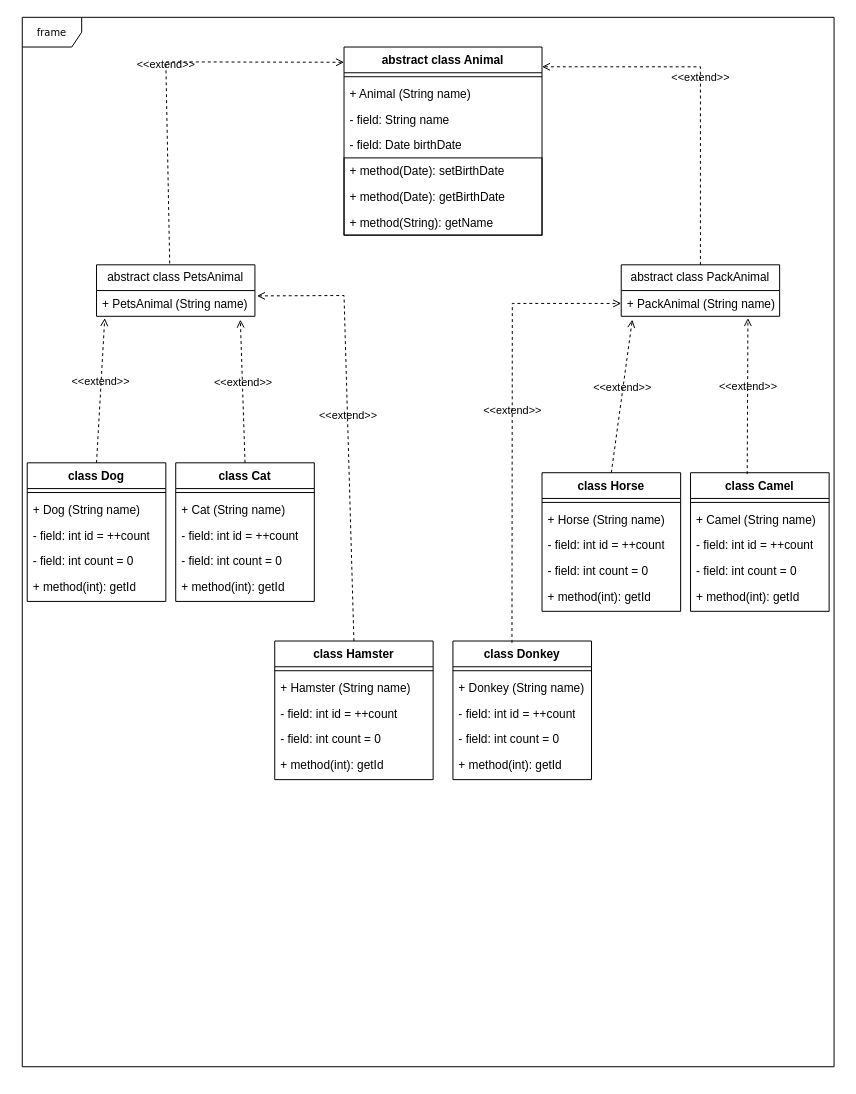
Earlier version of the draw.io diagram Animals.drawio (ArtemPolevoj/Control_work_3). Source tidied: cells renumbered, new cells numbered last; positions are measured from the earlier drawing's top-left corner, leaving out a move shared by most shapes. Both pictures are drawn from the tidied source at 99%, with x=0, y=0 at pixel (22, 17).
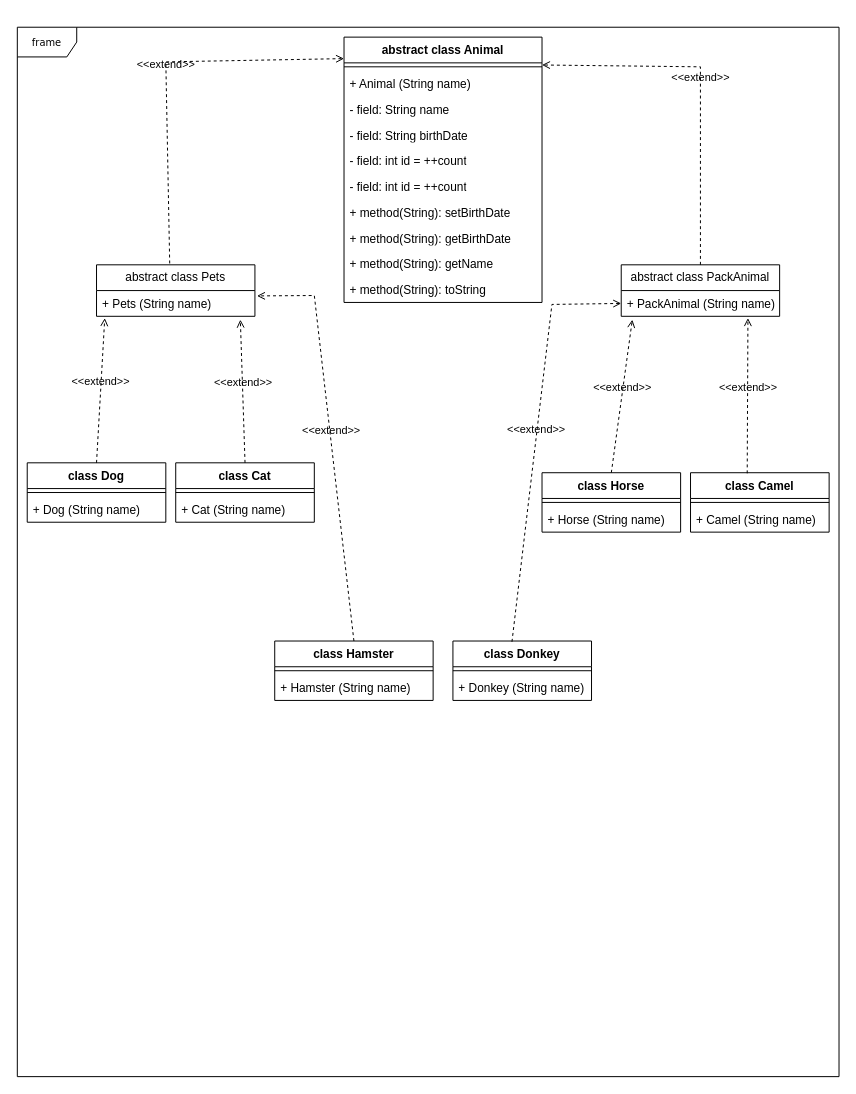
Above is the later version.

The change refers to these unchanged cells:
```xml
<mxCell id="15" value="+ PackAnimal (String name)" style="text;strokeColor=none;fillColor=none;align=left;verticalAlign=top;spacingLeft=4;spacingRight=4;overflow=hidden;points=[[0,0.5],[1,0.5]];portConstraint=eastwest;whiteSpace=wrap;html=1;" parent="1" vertex="1">
  <mxGeometry x="605" y="276" width="160" height="26" as="geometry" />
</mxCell>
```

What changed in the source:
```diff
@@
     <mxCell id="2" value="frame" style="shape=umlFrame;whiteSpace=wrap;html=1;rounded=0;shadow=0;comic=0;labelBackgroundColor=none;strokeWidth=1;fontFamily=Verdana;fontSize=10;align=center;" parent="1" vertex="1">
-      <mxGeometry width="820" height="1060" as="geometry" />
+      <mxGeometry x="-5" y="10" width="830" height="1060" as="geometry" />
     </mxCell>
     <mxCell id="3" value="abstract class Animal" style="swimlane;fontStyle=1;align=center;verticalAlign=top;horizontal=1;startSize=26;whiteSpace=wrap;html=1;" parent="1" vertex="1">
-      <mxGeometry x="325" y="30" width="200" height="190" as="geometry" />
+      <mxGeometry x="325" y="20" width="200" height="268" as="geometry" />
     </mxCell>
@@
-    <mxCell id="7" value="- field: Date birthDate" style="text;strokeColor=none;fillColor=none;align=left;verticalAlign=top;spacingLeft=4;spacingRight=4;overflow=hidden;whiteSpace=wrap;html=1;" parent="3" vertex="1">
+    <mxCell id="7" value="- field: String birthDate" style="text;strokeColor=none;fillColor=none;align=left;verticalAlign=top;spacingLeft=4;spacingRight=4;overflow=hidden;whiteSpace=wrap;html=1;" parent="3" vertex="1">
       <mxGeometry y="86" width="200" height="26" as="geometry" />
     </mxCell>
-    <mxCell id="8" style="group;strokeColor=#000000;" parent="3" vertex="1">
-      <mxGeometry y="112" width="200" height="78" as="geometry" />
-    </mxCell>
+    <mxCell id="60" value="- field: int id = ++count" style="text;strokeColor=none;fillColor=none;align=left;verticalAlign=top;spacingLeft=4;spacingRight=4;overflow=hidden;whiteSpace=wrap;html=1;" parent="3" vertex="1">
+      <mxGeometry y="112" width="200" height="26" as="geometry" />
+    </mxCell>
+    <mxCell id="61" value="- field: int id = ++count" style="text;strokeColor=none;fillColor=none;align=left;verticalAlign=top;spacingLeft=4;spacingRight=4;overflow=hidden;whiteSpace=wrap;html=1;" parent="3" vertex="1">
+      <mxGeometry y="138" width="200" height="26" as="geometry" />
+    </mxCell>
-    <mxCell id="9" value="+ method(Date): setBirthDate" style="text;strokeColor=none;fillColor=none;align=left;verticalAlign=top;spacingLeft=4;spacingRight=4;overflow=hidden;whiteSpace=wrap;html=1;" parent="8" vertex="1">
-      <mxGeometry width="200" height="26" as="geometry" />
+    <mxCell id="9" value="+ method(String): setBirthDate" style="text;strokeColor=none;fillColor=none;align=left;verticalAlign=top;spacingLeft=4;spacingRight=4;overflow=hidden;whiteSpace=wrap;html=1;" parent="3" vertex="1">
+      <mxGeometry y="164" width="200" height="26" as="geometry" />
     </mxCell>
-    <mxCell id="10" value="+ method(Date): getBirthDate" style="text;strokeColor=none;fillColor=none;align=left;verticalAlign=top;spacingLeft=4;spacingRight=4;overflow=hidden;whiteSpace=wrap;html=1;" parent="8" vertex="1">
-      <mxGeometry y="26" width="200" height="26" as="geometry" />
+    <mxCell id="10" value="+ method(String): getBirthDate" style="text;strokeColor=none;fillColor=none;align=left;verticalAlign=top;spacingLeft=4;spacingRight=4;overflow=hidden;whiteSpace=wrap;html=1;" parent="3" vertex="1">
+      <mxGeometry y="190" width="200" height="26" as="geometry" />
     </mxCell>
-    <mxCell id="11" value="+ method(String): getName" style="text;strokeColor=none;fillColor=none;align=left;verticalAlign=top;spacingLeft=4;spacingRight=4;overflow=hidden;whiteSpace=wrap;html=1;" parent="8" vertex="1">
-      <mxGeometry y="52" width="200" height="26" as="geometry" />
+    <mxCell id="11" value="+ method(String): getName" style="text;strokeColor=none;fillColor=none;align=left;verticalAlign=top;spacingLeft=4;spacingRight=4;overflow=hidden;whiteSpace=wrap;html=1;" parent="3" vertex="1">
+      <mxGeometry y="216" width="200" height="26" as="geometry" />
     </mxCell>
+    <mxCell id="62" value="+ method(String): toString" style="text;strokeColor=none;fillColor=none;align=left;verticalAlign=top;spacingLeft=4;spacingRight=4;overflow=hidden;whiteSpace=wrap;html=1;" parent="3" vertex="1">
+      <mxGeometry y="242" width="200" height="26" as="geometry" />
+    </mxCell>
-    <mxCell id="12" value="abstract class PetsAnimal" style="swimlane;fontStyle=0;horizontal=1;startSize=26;fillColor=none;whiteSpace=wrap;html=1;" parent="1" vertex="1">
+    <mxCell id="12" value="abstract class Pets" style="swimlane;fontStyle=0;horizontal=1;startSize=26;fillColor=none;whiteSpace=wrap;html=1;" parent="1" vertex="1">
       <mxGeometry x="75" y="250" width="160" height="52" as="geometry" />
     </mxCell>
@@
-    <mxCell id="14" value="+ PetsAnimal (String name)" style="text;strokeColor=none;fillColor=none;align=left;verticalAlign=top;spacingLeft=4;spacingRight=4;overflow=hidden;points=[[0,0.5],[1,0.5]];portConstraint=eastwest;whiteSpace=wrap;html=1;" parent="1" vertex="1">
+    <mxCell id="14" value="+ Pets (String name)" style="text;strokeColor=none;fillColor=none;align=left;verticalAlign=top;spacingLeft=4;spacingRight=4;overflow=hidden;points=[[0,0.5],[1,0.5]];portConstraint=eastwest;whiteSpace=wrap;html=1;" parent="1" vertex="1">
       <mxGeometry x="75" y="276" width="160" height="26" as="geometry" />
     </mxCell>
@@
     <mxCell id="16" value="class&amp;nbsp;Dog" style="swimlane;fontStyle=1;align=center;verticalAlign=top;horizontal=1;startSize=26;whiteSpace=wrap;html=1;" parent="1" vertex="1">
-      <mxGeometry x="5" y="450" width="140" height="140" as="geometry" />
+      <mxGeometry x="5" y="450" width="140" height="60" as="geometry" />
     </mxCell>
@@
-    <mxCell id="19" value="- field: int id = ++count" style="text;strokeColor=none;fillColor=none;align=left;verticalAlign=top;spacingLeft=4;spacingRight=4;overflow=hidden;whiteSpace=wrap;html=1;" parent="16" vertex="1">
-      <mxGeometry y="60" width="140" height="26" as="geometry" />
-    </mxCell>
-    <mxCell id="20" value="- field: int count = 0" style="text;strokeColor=none;fillColor=none;align=left;verticalAlign=top;spacingLeft=4;spacingRight=4;overflow=hidden;whiteSpace=wrap;html=1;" parent="16" vertex="1">
-      <mxGeometry y="86" width="140" height="26" as="geometry" />
-    </mxCell>
-    <mxCell id="21" value="+ method(int): getId" style="text;strokeColor=none;fillColor=none;align=left;verticalAlign=top;spacingLeft=4;spacingRight=4;overflow=hidden;whiteSpace=wrap;html=1;" parent="16" vertex="1">
-      <mxGeometry y="112" width="140" height="28" as="geometry" />
-    </mxCell>
     <mxCell id="22" value="class&amp;nbsp;Cat" style="swimlane;fontStyle=1;align=center;verticalAlign=top;horizontal=1;startSize=26;whiteSpace=wrap;html=1;" parent="1" vertex="1">
-      <mxGeometry x="155" y="450" width="140" height="140" as="geometry" />
+      <mxGeometry x="155" y="450" width="140" height="60" as="geometry" />
     </mxCell>
@@
-    <mxCell id="25" value="- field: int id = ++count" style="text;strokeColor=none;fillColor=none;align=left;verticalAlign=top;spacingLeft=4;spacingRight=4;overflow=hidden;whiteSpace=wrap;html=1;" parent="22" vertex="1">
-      <mxGeometry y="60" width="140" height="26" as="geometry" />
-    </mxCell>
-    <mxCell id="26" value="- field: int count = 0" style="text;strokeColor=none;fillColor=none;align=left;verticalAlign=top;spacingLeft=4;spacingRight=4;overflow=hidden;whiteSpace=wrap;html=1;" parent="22" vertex="1">
-      <mxGeometry y="86" width="140" height="26" as="geometry" />
-    </mxCell>
-    <mxCell id="27" value="+ method(int): getId" style="text;strokeColor=none;fillColor=none;align=left;verticalAlign=top;spacingLeft=4;spacingRight=4;overflow=hidden;whiteSpace=wrap;html=1;" parent="22" vertex="1">
-      <mxGeometry y="112" width="140" height="28" as="geometry" />
-    </mxCell>
     <mxCell id="28" value="class&amp;nbsp;Hamster" style="swimlane;fontStyle=1;align=center;verticalAlign=top;horizontal=1;startSize=26;whiteSpace=wrap;html=1;" parent="1" vertex="1">
-      <mxGeometry x="255" y="630" width="160" height="140" as="geometry" />
+      <mxGeometry x="255" y="630" width="160" height="60" as="geometry" />
     </mxCell>
@@
-    <mxCell id="31" value="- field: int id = ++count" style="text;strokeColor=none;fillColor=none;align=left;verticalAlign=top;spacingLeft=4;spacingRight=4;overflow=hidden;whiteSpace=wrap;html=1;" parent="28" vertex="1">
-      <mxGeometry y="60" width="160" height="26" as="geometry" />
-    </mxCell>
-    <mxCell id="32" value="- field: int count = 0" style="text;strokeColor=none;fillColor=none;align=left;verticalAlign=top;spacingLeft=4;spacingRight=4;overflow=hidden;whiteSpace=wrap;html=1;" parent="28" vertex="1">
-      <mxGeometry y="86" width="160" height="26" as="geometry" />
-    </mxCell>
-    <mxCell id="33" value="+ method(int): getId" style="text;strokeColor=none;fillColor=none;align=left;verticalAlign=top;spacingLeft=4;spacingRight=4;overflow=hidden;whiteSpace=wrap;html=1;" parent="28" vertex="1">
-      <mxGeometry y="112" width="160" height="28" as="geometry" />
-    </mxCell>
     <mxCell id="34" value="class&amp;nbsp;Camel" style="swimlane;fontStyle=1;align=center;verticalAlign=top;horizontal=1;startSize=26;whiteSpace=wrap;html=1;" parent="1" vertex="1">
-      <mxGeometry x="675" y="460" width="140" height="140" as="geometry" />
+      <mxGeometry x="675" y="460" width="140" height="60" as="geometry" />
     </mxCell>
@@
-    <mxCell id="37" value="- field: int id = ++count" style="text;strokeColor=none;fillColor=none;align=left;verticalAlign=top;spacingLeft=4;spacingRight=4;overflow=hidden;whiteSpace=wrap;html=1;" parent="34" vertex="1">
-      <mxGeometry y="60" width="140" height="26" as="geometry" />
-    </mxCell>
-    <mxCell id="38" value="- field: int count = 0" style="text;strokeColor=none;fillColor=none;align=left;verticalAlign=top;spacingLeft=4;spacingRight=4;overflow=hidden;whiteSpace=wrap;html=1;" parent="34" vertex="1">
-      <mxGeometry y="86" width="140" height="26" as="geometry" />
-    </mxCell>
-    <mxCell id="39" value="+ method(int): getId" style="text;strokeColor=none;fillColor=none;align=left;verticalAlign=top;spacingLeft=4;spacingRight=4;overflow=hidden;whiteSpace=wrap;html=1;" parent="34" vertex="1">
-      <mxGeometry y="112" width="140" height="28" as="geometry" />
-    </mxCell>
     <mxCell id="40" value="class&amp;nbsp;Horse" style="swimlane;fontStyle=1;align=center;verticalAlign=top;horizontal=1;startSize=26;whiteSpace=wrap;html=1;" parent="1" vertex="1">
-      <mxGeometry x="525" y="460" width="140" height="140" as="geometry" />
+      <mxGeometry x="525" y="460" width="140" height="60" as="geometry" />
     </mxCell>
@@
-    <mxCell id="43" value="- field: int id = ++count" style="text;strokeColor=none;fillColor=none;align=left;verticalAlign=top;spacingLeft=4;spacingRight=4;overflow=hidden;whiteSpace=wrap;html=1;" parent="40" vertex="1">
-      <mxGeometry y="60" width="140" height="26" as="geometry" />
-    </mxCell>
-    <mxCell id="44" value="- field: int count = 0" style="text;strokeColor=none;fillColor=none;align=left;verticalAlign=top;spacingLeft=4;spacingRight=4;overflow=hidden;whiteSpace=wrap;html=1;" parent="40" vertex="1">
-      <mxGeometry y="86" width="140" height="26" as="geometry" />
-    </mxCell>
-    <mxCell id="45" value="+ method(int): getId" style="text;strokeColor=none;fillColor=none;align=left;verticalAlign=top;spacingLeft=4;spacingRight=4;overflow=hidden;whiteSpace=wrap;html=1;" parent="40" vertex="1">
-      <mxGeometry y="112" width="140" height="28" as="geometry" />
-    </mxCell>
     <mxCell id="46" value="class&amp;nbsp;Donkey" style="swimlane;fontStyle=1;align=center;verticalAlign=top;horizontal=1;startSize=26;whiteSpace=wrap;html=1;" parent="1" vertex="1">
-      <mxGeometry x="435" y="630" width="140" height="140" as="geometry" />
+      <mxGeometry x="435" y="630" width="140" height="60" as="geometry" />
     </mxCell>
@@
-    <mxCell id="49" value="- field: int id = ++count" style="text;strokeColor=none;fillColor=none;align=left;verticalAlign=top;spacingLeft=4;spacingRight=4;overflow=hidden;whiteSpace=wrap;html=1;" parent="46" vertex="1">
-      <mxGeometry y="60" width="140" height="26" as="geometry" />
-    </mxCell>
-    <mxCell id="50" value="- field: int count = 0" style="text;strokeColor=none;fillColor=none;align=left;verticalAlign=top;spacingLeft=4;spacingRight=4;overflow=hidden;whiteSpace=wrap;html=1;" parent="46" vertex="1">
-      <mxGeometry y="86" width="140" height="26" as="geometry" />
-    </mxCell>
-    <mxCell id="51" value="+ method(int): getId" style="text;strokeColor=none;fillColor=none;align=left;verticalAlign=top;spacingLeft=4;spacingRight=4;overflow=hidden;whiteSpace=wrap;html=1;" parent="46" vertex="1">
-      <mxGeometry y="112" width="140" height="28" as="geometry" />
-    </mxCell>
@@
     <mxCell id="58" value="&amp;lt;&amp;lt;extend&amp;gt;&amp;gt;" style="html=1;verticalAlign=bottom;labelBackgroundColor=none;endArrow=open;endFill=0;dashed=1;rounded=0;exitX=0.5;exitY=0;exitDx=0;exitDy=0;entryX=1.013;entryY=0.208;entryDx=0;entryDy=0;entryPerimeter=0;" parent="1" edge="1" source="28" target="14">
       <mxGeometry relative="1" as="geometry">
         <Array as="points">
-          <mxPoint x="325" y="281" />
+          <mxPoint x="295" y="281" />
         </Array>
       </mxGeometry>
     </mxCell>
     <mxCell id="59" value="&amp;lt;&amp;lt;extend&amp;gt;&amp;gt;" style="html=1;verticalAlign=bottom;labelBackgroundColor=none;endArrow=open;endFill=0;dashed=1;rounded=0;exitX=0.426;exitY=0.013;exitDx=0;exitDy=0;exitPerimeter=0;entryX=0;entryY=0.5;entryDx=0;entryDy=0;" parent="1" edge="1" source="46" target="15">
       <mxGeometry relative="1" as="geometry">
         <Array as="points">
-          <mxPoint x="495" y="289" />
+          <mxPoint x="535" y="290" />
         </Array>
       </mxGeometry>
     </mxCell>
```
